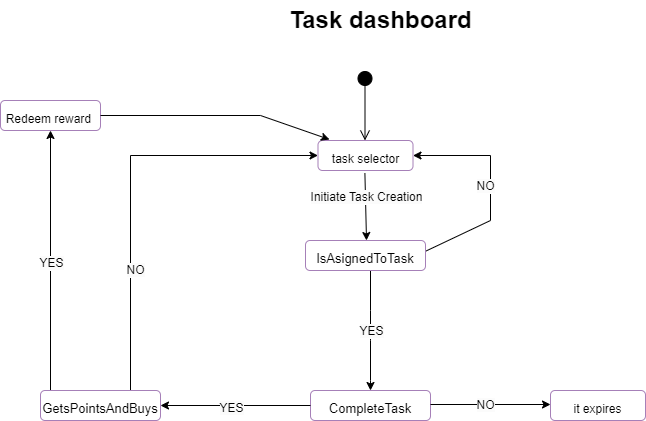
Above: state_machine/StateMachine.drawio.png in DiaconuAndr3i/ASSMS-Project (draw.io), before the change. Source tidied: cells renumbered, new cells last; positions are measured from the earlier drawing's top-left corner, leaving out a move shared by most shapes.
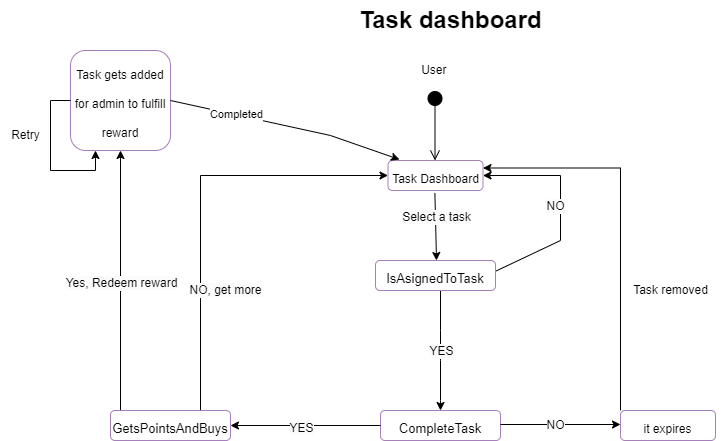
After the commit.

What changed in the source:
```diff
@@ -3,10 +3,10 @@
     <mxCell id="0" />
     <mxCell id="1" parent="0" />
     <mxCell id="2" value="&lt;b&gt;Task dashboard&lt;/b&gt;" style="text;html=1;align=center;verticalAlign=middle;strokeColor=none;fillColor=none;fontSize=24;" parent="1" vertex="1">
-      <mxGeometry x="295" width="210" height="40" as="geometry" />
+      <mxGeometry x="295" y="-20" width="210" height="40" as="geometry" />
     </mxCell>
-    <mxCell id="3" value="&lt;font style=&quot;font-size: 12px;&quot;&gt;Redeem reward&amp;nbsp;&lt;/font&gt;" style="rounded=1;whiteSpace=wrap;html=1;shadow=0;strokeColor=#A680B8;fontSize=24;fillColor=#FFFFFF;" parent="1" vertex="1">
-      <mxGeometry x="20" y="100" width="100" height="30" as="geometry" />
+    <mxCell id="3" value="&lt;font style=&quot;font-size: 12px;&quot;&gt;Task gets added for admin to fulfill reward&lt;/font&gt;" style="rounded=1;whiteSpace=wrap;html=1;shadow=0;strokeColor=#A680B8;fontSize=24;fillColor=#FFFFFF;" parent="1" vertex="1">
+      <mxGeometry x="20" y="30" width="100" height="100" as="geometry" />
     </mxCell>
     <mxCell id="4" style="endArrow=classic;html=1;rounded=0;fontSize=12;" parent="1" edge="1">
       <mxGeometry x="-1" y="-70" relative="1" as="geometry">
@@ -48,7 +48,7 @@
         <mxPoint x="-1" y="-5" as="offset" />
       </mxGeometry>
     </mxCell>
-    <mxCell id="10" value="&lt;font style=&quot;font-size: 12px;&quot;&gt;task selector&lt;/font&gt;" style="rounded=1;whiteSpace=wrap;html=1;shadow=0;strokeColor=#A680B8;fontSize=24;fillColor=#FFFFFF;" parent="1" vertex="1">
+    <mxCell id="10" value="&lt;font style=&quot;font-size: 12px;&quot;&gt;Task Dashboard&lt;/font&gt;" style="rounded=1;whiteSpace=wrap;html=1;shadow=0;strokeColor=#A680B8;fontSize=24;fillColor=#FFFFFF;" parent="1" vertex="1">
       <mxGeometry x="337.5" y="140" width="95" height="30" as="geometry" />
     </mxCell>
     <mxCell id="11" style="endArrow=classic;html=1;rounded=0;fontSize=12;exitX=0.5;exitY=1;exitDx=0;exitDy=0;" parent="1" edge="1">
@@ -57,7 +57,7 @@
         <mxPoint x="386" y="240" as="targetPoint" />
       </mxGeometry>
     </mxCell>
-    <mxCell id="12" value="&lt;span style=&quot;background-color: rgb(251, 251, 251);&quot;&gt;Initiate Task Creation&lt;/span&gt;" style="edgeLabel;html=1;align=center;verticalAlign=middle;fontSize=12;" parent="11" vertex="1">
+    <mxCell id="12" value="&lt;span style=&quot;background-color: rgb(251, 251, 251);&quot;&gt;Select a task&lt;/span&gt;" style="edgeLabel;html=1;align=center;verticalAlign=middle;fontSize=12;" parent="11" vertex="1">
       <mxGeometry x="-0.28" y="1" relative="1" as="geometry" />
     </mxCell>
     <mxCell id="13" value="&lt;font style=&quot;font-size: 13px;&quot;&gt;CompleteTask&lt;/font&gt;" style="rounded=1;whiteSpace=wrap;html=1;shadow=0;strokeColor=#A680B8;fontSize=24;fillColor=#FFFFFF;" parent="1" vertex="1">
@@ -77,6 +77,13 @@
         <mxPoint x="-36" y="-1" as="offset" />
       </mxGeometry>
     </mxCell>
+    <mxCell id="25" style="edgeStyle=orthogonalEdgeStyle;rounded=0;jettySize=auto;html=1;entryX=1;entryY=0.25;entryDx=0;entryDy=0;" parent="1" edge="1" source="17" target="10">
+      <mxGeometry relative="1" as="geometry">
+        <Array as="points">
+          <mxPoint x="570" y="148" />
+        </Array>
+      </mxGeometry>
+    </mxCell>
     <mxCell id="17" value="&lt;font style=&quot;font-size: 12px;&quot;&gt;it expires&lt;/font&gt;" style="rounded=1;whiteSpace=wrap;html=1;shadow=0;strokeColor=#A680B8;fontSize=24;fillColor=#FFFFFF;" parent="1" vertex="1">
       <mxGeometry x="570" y="390" width="95" height="30" as="geometry" />
     </mxCell>
@@ -102,8 +109,8 @@
     <mxCell id="21" value="&lt;font style=&quot;font-size: 13px;&quot;&gt;GetsPointsAndBuys&lt;/font&gt;" style="rounded=1;whiteSpace=wrap;html=1;shadow=0;strokeColor=#A680B8;fontSize=24;fillColor=#FFFFFF;" parent="1" vertex="1">
       <mxGeometry x="60" y="390" width="120" height="30" as="geometry" />
     </mxCell>
-    <mxCell id="22" value="&lt;span style=&quot;background-color: rgb(251, 251, 251);&quot;&gt;NO&lt;/span&gt;" style="edgeLabel;html=1;align=center;verticalAlign=middle;fontSize=12;" parent="1" vertex="1">
-      <mxGeometry x="190" y="270" as="geometry">
+    <mxCell id="22" value="&lt;span style=&quot;background-color: rgb(251, 251, 251);&quot;&gt;NO, get more&lt;/span&gt;" style="edgeLabel;html=1;align=center;verticalAlign=middle;fontSize=12;" parent="1" vertex="1">
+      <mxGeometry x="210" y="270" as="geometry">
         <mxPoint x="-36" y="-1" as="offset" />
       </mxGeometry>
     </mxCell>
@@ -114,10 +121,25 @@
         </Array>
       </mxGeometry>
     </mxCell>
+    <mxCell id="26" value="Completed" style="edgeLabel;html=1;align=center;verticalAlign=middle;" parent="23" vertex="1">
+      <mxGeometry x="-0.43" y="1" relative="1" as="geometry" />
+    </mxCell>
-    <mxCell id="24" value="&lt;span style=&quot;background-color: rgb(251, 251, 251);&quot;&gt;YES&lt;/span&gt;" style="edgeLabel;html=1;align=center;verticalAlign=middle;fontSize=12;" parent="1" vertex="1">
+    <mxCell id="24" value="&lt;span style=&quot;background-color: rgb(251, 251, 251);&quot;&gt;Yes, Redeem reward&lt;/span&gt;" style="edgeLabel;html=1;align=center;verticalAlign=middle;fontSize=12;" parent="1" vertex="1">
       <mxGeometry y="255" as="geometry">
         <mxPoint x="70" y="7" as="offset" />
       </mxGeometry>
     </mxCell>
+    <mxCell id="27" value="User&amp;nbsp;" style="text;html=1;align=center;verticalAlign=middle;strokeColor=none;fillColor=none;" parent="1" vertex="1">
+      <mxGeometry x="360" y="35" width="50" height="30" as="geometry" />
+    </mxCell>
+    <mxCell id="28" value="Task removed" style="text;html=1;align=center;verticalAlign=middle;strokeColor=none;fillColor=none;" parent="1" vertex="1">
+      <mxGeometry x="570" y="255" width="100" height="30" as="geometry" />
+    </mxCell>
+    <mxCell id="29" style="edgeStyle=orthogonalEdgeStyle;rounded=0;orthogonalLoop=1;jettySize=auto;html=1;exitX=0;exitY=0.5;exitDx=0;exitDy=0;entryX=0.25;entryY=1;entryDx=0;entryDy=0;" parent="1" edge="1" source="3" target="3">
+      <mxGeometry relative="1" as="geometry" />
+    </mxCell>
+    <mxCell id="30" value="Retry" style="text;html=1;align=center;verticalAlign=middle;strokeColor=none;fillColor=none;" parent="1" vertex="1">
+      <mxGeometry x="-50" y="100" width="50" height="30" as="geometry" />
+    </mxCell>
   </root>
 </mxGraphModel>
```
